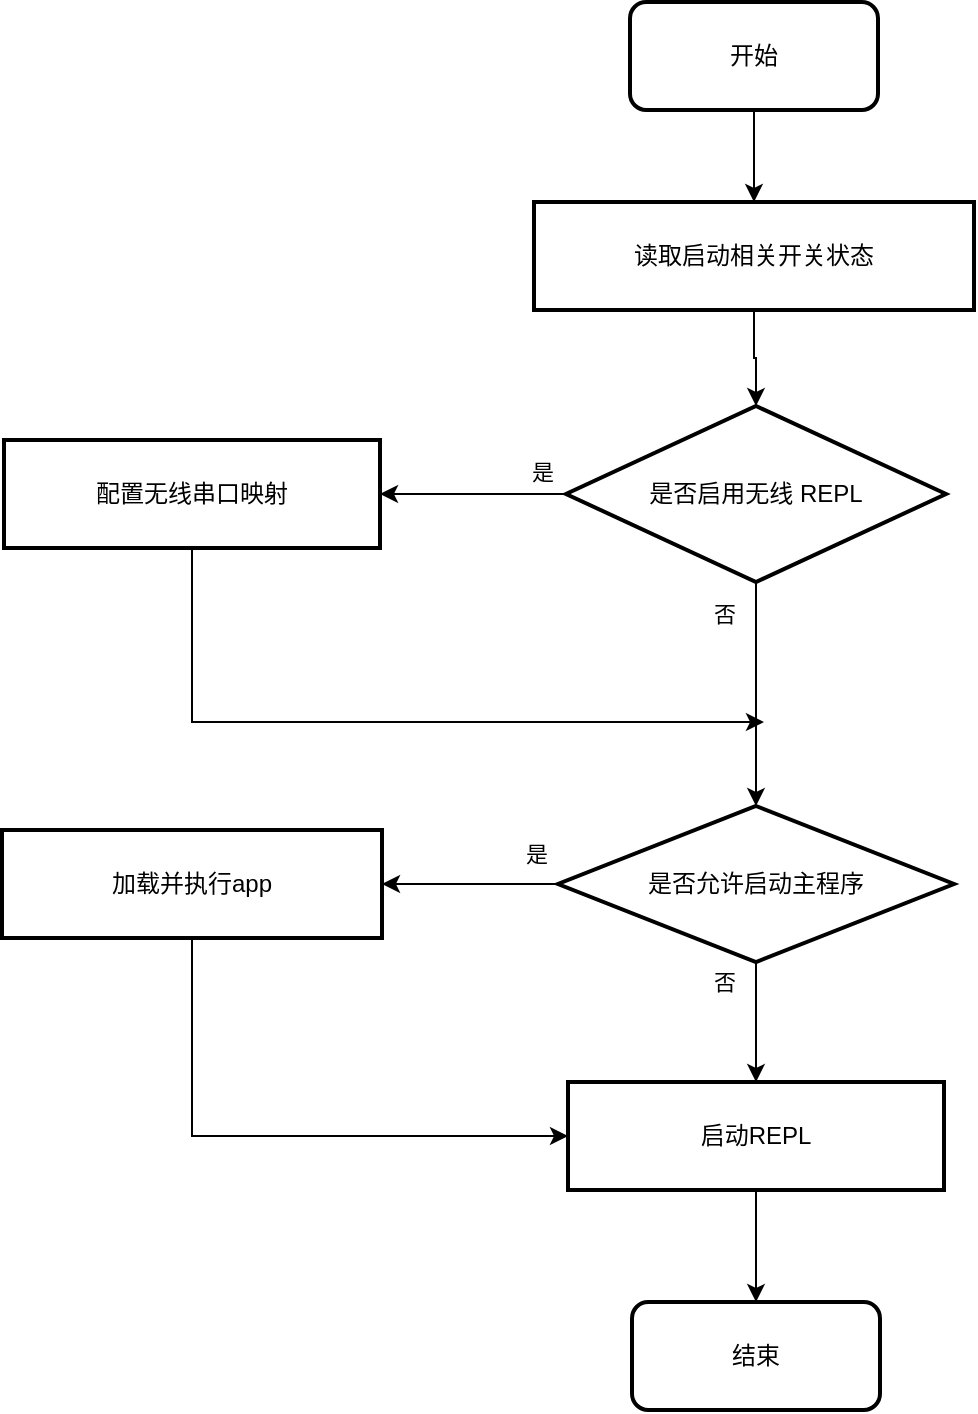
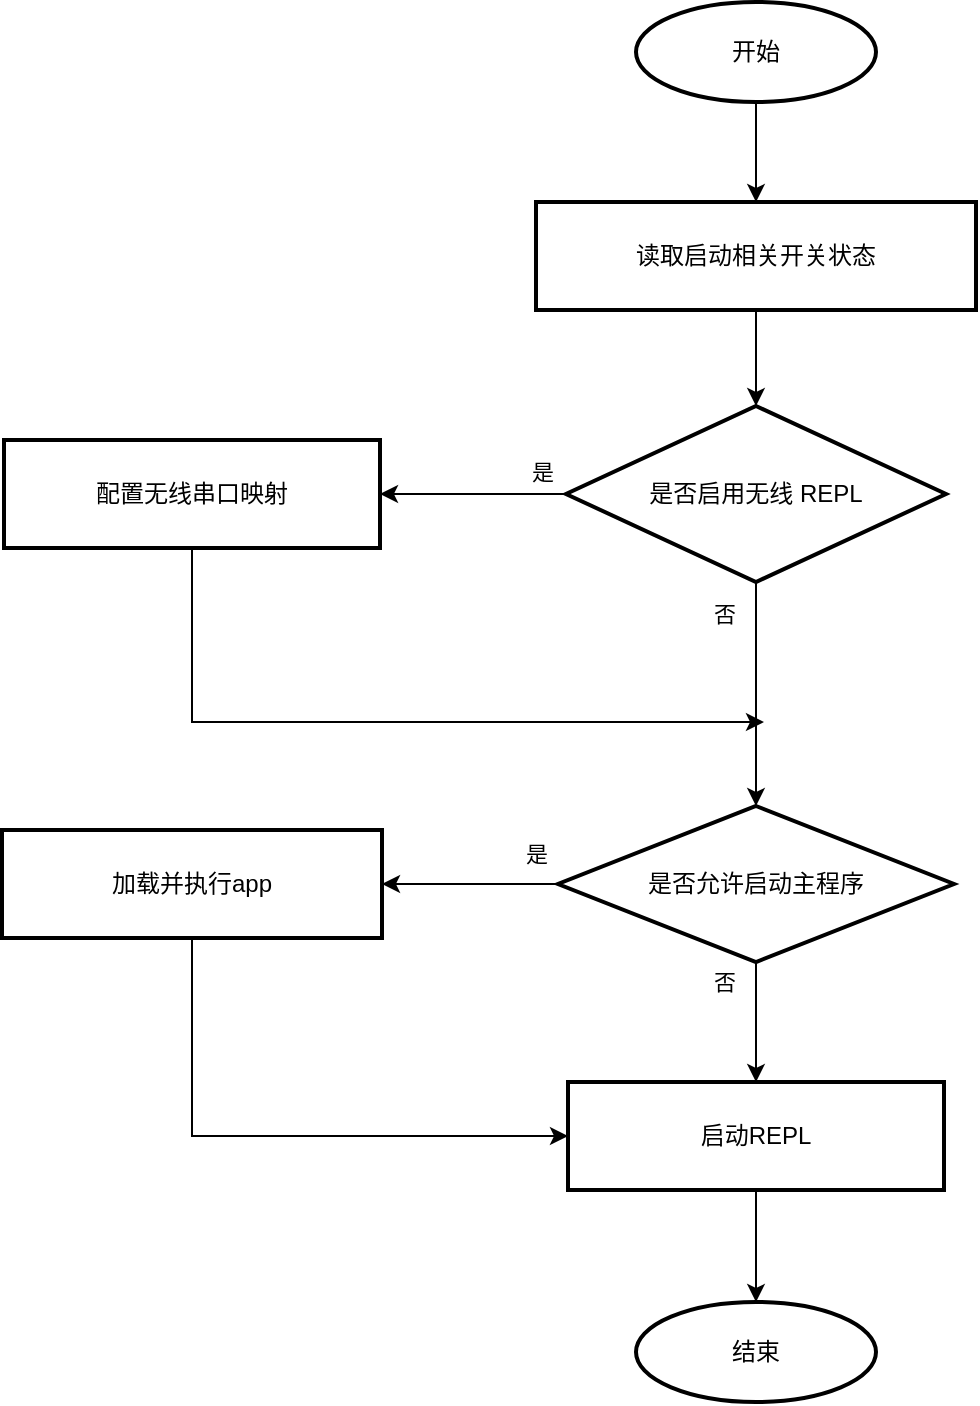
<mxfile host="app.diagrams.net">
  <diagram name="第 1 页" id="-v5uDTYBX0Cyw2D3ey9m">
-     <mxGraphModel dx="2005" dy="659" grid="1" gridSize="10" guides="1" tooltips="1" connect="1" arrows="1" fold="1" page="1" pageScale="1" pageWidth="827" pageHeight="1169" math="0" shadow="0">
+     <mxGraphModel dx="2057" dy="688" grid="1" gridSize="10" guides="1" tooltips="1" connect="1" arrows="1" fold="1" page="1" pageScale="1" pageWidth="827" pageHeight="1169" math="0" shadow="0">
      <root>
        <mxCell id="0" />
        <mxCell id="1" parent="0" />
-         <mxCell id="4PbjHM49gBCA9sw7AhCS-24" edge="1" parent="1" source="rfMhbkDVSNMiEK1VXAax-1" style="edgeStyle=orthogonalEdgeStyle;rounded=0;orthogonalLoop=1;jettySize=auto;html=1;exitX=0.5;exitY=1;exitDx=0;exitDy=0;" target="4PbjHM49gBCA9sw7AhCS-3" value="">
-           <mxGeometry relative="1" as="geometry">
-             <mxPoint x="255" y="164" as="sourcePoint" />
-           </mxGeometry>
-         </mxCell>
        <mxCell id="4PbjHM49gBCA9sw7AhCS-23" edge="1" parent="1" source="4PbjHM49gBCA9sw7AhCS-3" style="edgeStyle=orthogonalEdgeStyle;rounded=0;orthogonalLoop=1;jettySize=auto;html=1;" target="4PbjHM49gBCA9sw7AhCS-4" value="">
          <mxGeometry relative="1" as="geometry" />
        </mxCell>
        <mxCell id="4PbjHM49gBCA9sw7AhCS-3" parent="1" style="whiteSpace=wrap;strokeWidth=2;fillColor=none;" value="读取启动相关开关状态" vertex="1">
-           <mxGeometry height="54" width="220" x="145" y="230" as="geometry" />
+           <mxGeometry height="54" width="220" x="-473" y="130" as="geometry" />
        </mxCell>
        <mxCell id="4PbjHM49gBCA9sw7AhCS-27" edge="1" parent="1" source="4PbjHM49gBCA9sw7AhCS-4" style="edgeStyle=orthogonalEdgeStyle;rounded=0;orthogonalLoop=1;jettySize=auto;html=1;" target="4PbjHM49gBCA9sw7AhCS-5" value="">
          <mxGeometry relative="1" as="geometry" />
        </mxCell>
        <mxCell id="4PbjHM49gBCA9sw7AhCS-28" connectable="0" parent="4PbjHM49gBCA9sw7AhCS-27" style="edgeLabel;html=1;align=center;verticalAlign=middle;resizable=0;points=[];" value="是" vertex="1">
          <mxGeometry relative="1" x="-0.273" y="-1" as="geometry">
            <mxPoint x="22" y="-10" as="offset" />
          </mxGeometry>
        </mxCell>
        <mxCell id="rfMhbkDVSNMiEK1VXAax-4" edge="1" parent="1" source="4PbjHM49gBCA9sw7AhCS-4" style="edgeStyle=orthogonalEdgeStyle;rounded=0;orthogonalLoop=1;jettySize=auto;html=1;" target="4PbjHM49gBCA9sw7AhCS-7" value="">
          <mxGeometry relative="1" as="geometry" />
        </mxCell>
        <mxCell id="rfMhbkDVSNMiEK1VXAax-7" connectable="0" parent="rfMhbkDVSNMiEK1VXAax-4" style="edgeLabel;html=1;align=center;verticalAlign=middle;resizable=0;points=[];" value="否" vertex="1">
          <mxGeometry relative="1" x="-0.7254" y="2" as="geometry">
            <mxPoint x="-18" as="offset" />
          </mxGeometry>
        </mxCell>
        <mxCell id="4PbjHM49gBCA9sw7AhCS-4" parent="1" style="rhombus;strokeWidth=2;whiteSpace=wrap;fillColor=none;" value="是否启用无线 REPL" vertex="1">
-           <mxGeometry height="88" width="190" x="161" y="332" as="geometry" />
+           <mxGeometry height="88" width="190" x="-458" y="232" as="geometry" />
        </mxCell>
        <mxCell id="rfMhbkDVSNMiEK1VXAax-3" edge="1" parent="1" source="4PbjHM49gBCA9sw7AhCS-5" style="edgeStyle=orthogonalEdgeStyle;rounded=0;orthogonalLoop=1;jettySize=auto;html=1;">
          <mxGeometry relative="1" as="geometry">
            <Array as="points">
-               <mxPoint x="-26" y="490" />
+               <mxPoint x="-645" y="390" />
            </Array>
-             <mxPoint x="260" y="490" as="targetPoint" />
+             <mxPoint x="-359" y="390" as="targetPoint" />
          </mxGeometry>
        </mxCell>
        <mxCell id="4PbjHM49gBCA9sw7AhCS-5" parent="1" style="whiteSpace=wrap;strokeWidth=2;fillColor=none;" value="配置无线串口映射" vertex="1">
-           <mxGeometry height="54" width="188" x="-120" y="349" as="geometry" />
+           <mxGeometry height="54" width="188" x="-739" y="249" as="geometry" />
        </mxCell>
        <mxCell id="4PbjHM49gBCA9sw7AhCS-33" edge="1" parent="1" source="4PbjHM49gBCA9sw7AhCS-7" style="edgeStyle=orthogonalEdgeStyle;rounded=0;orthogonalLoop=1;jettySize=auto;html=1;" target="4PbjHM49gBCA9sw7AhCS-8" value="">
          <mxGeometry relative="1" as="geometry" />
        </mxCell>
        <mxCell id="4PbjHM49gBCA9sw7AhCS-34" connectable="0" parent="4PbjHM49gBCA9sw7AhCS-33" style="edgeLabel;html=1;align=center;verticalAlign=middle;resizable=0;points=[];" value="是" vertex="1">
          <mxGeometry relative="1" x="-0.7487" y="1" as="geometry">
            <mxPoint y="-16" as="offset" />
          </mxGeometry>
        </mxCell>
        <mxCell id="4PbjHM49gBCA9sw7AhCS-35" edge="1" parent="1" source="4PbjHM49gBCA9sw7AhCS-7" style="edgeStyle=orthogonalEdgeStyle;rounded=0;orthogonalLoop=1;jettySize=auto;html=1;" target="4PbjHM49gBCA9sw7AhCS-11" value="">
          <mxGeometry relative="1" as="geometry" />
        </mxCell>
        <mxCell id="rfMhbkDVSNMiEK1VXAax-8" connectable="0" parent="4PbjHM49gBCA9sw7AhCS-35" style="edgeLabel;html=1;align=center;verticalAlign=middle;resizable=0;points=[];" value="否" vertex="1">
          <mxGeometry relative="1" x="-0.6828" y="-1" as="geometry">
            <mxPoint x="-15" as="offset" />
          </mxGeometry>
        </mxCell>
        <mxCell id="4PbjHM49gBCA9sw7AhCS-7" parent="1" style="rhombus;strokeWidth=2;whiteSpace=wrap;fillColor=none;" value="是否允许启动主程序" vertex="1">
-           <mxGeometry height="78" width="198" x="157" y="532" as="geometry" />
+           <mxGeometry height="78" width="198" x="-462" y="432" as="geometry" />
        </mxCell>
        <mxCell id="rfMhbkDVSNMiEK1VXAax-6" edge="1" parent="1" source="4PbjHM49gBCA9sw7AhCS-8" style="edgeStyle=orthogonalEdgeStyle;rounded=0;orthogonalLoop=1;jettySize=auto;html=1;entryX=0;entryY=0.5;entryDx=0;entryDy=0;" target="4PbjHM49gBCA9sw7AhCS-11">
          <mxGeometry relative="1" as="geometry">
            <Array as="points">
-               <mxPoint x="-26" y="697" />
+               <mxPoint x="-645" y="597" />
            </Array>
          </mxGeometry>
        </mxCell>
        <mxCell id="4PbjHM49gBCA9sw7AhCS-8" parent="1" style="whiteSpace=wrap;strokeWidth=2;fillColor=none;" value="加载并执行app" vertex="1">
-           <mxGeometry height="54" width="190" x="-121" y="544" as="geometry" />
+           <mxGeometry height="54" width="190" x="-740" y="444" as="geometry" />
        </mxCell>
-         <mxCell id="rfMhbkDVSNMiEK1VXAax-5" edge="1" parent="1" source="4PbjHM49gBCA9sw7AhCS-11" style="edgeStyle=orthogonalEdgeStyle;rounded=0;orthogonalLoop=1;jettySize=auto;html=1;" target="rfMhbkDVSNMiEK1VXAax-2" value="">
+         <mxCell id="GhHm4yuWWKCVpq_k2pNx-4" edge="1" parent="1" source="4PbjHM49gBCA9sw7AhCS-11" style="edgeStyle=orthogonalEdgeStyle;rounded=0;orthogonalLoop=1;jettySize=auto;html=1;" target="GhHm4yuWWKCVpq_k2pNx-3" value="">
          <mxGeometry relative="1" as="geometry" />
        </mxCell>
        <mxCell id="4PbjHM49gBCA9sw7AhCS-11" parent="1" style="whiteSpace=wrap;strokeWidth=2;fillColor=none;" value="启动REPL" vertex="1">
-           <mxGeometry height="54" width="188" x="162" y="670" as="geometry" />
+           <mxGeometry height="54" width="188" x="-457" y="570" as="geometry" />
        </mxCell>
        <mxCell id="4PbjHM49gBCA9sw7AhCS-25" edge="1" parent="1" source="4PbjHM49gBCA9sw7AhCS-4" style="edgeStyle=orthogonalEdgeStyle;rounded=0;orthogonalLoop=1;jettySize=auto;html=1;exitX=0.5;exitY=1;exitDx=0;exitDy=0;" target="4PbjHM49gBCA9sw7AhCS-4">
          <mxGeometry relative="1" as="geometry" />
        </mxCell>
-         <mxCell id="rfMhbkDVSNMiEK1VXAax-1" parent="1" style="rounded=1;whiteSpace=wrap;html=1;fillColor=none;strokeWidth=2;" value="开始" vertex="1">
-           <mxGeometry height="54" width="124" x="193" y="130" as="geometry" />
+         <mxCell id="GhHm4yuWWKCVpq_k2pNx-2" edge="1" parent="1" source="GhHm4yuWWKCVpq_k2pNx-1" style="edgeStyle=orthogonalEdgeStyle;rounded=0;orthogonalLoop=1;jettySize=auto;html=1;" target="4PbjHM49gBCA9sw7AhCS-3" value="">
+           <mxGeometry relative="1" as="geometry" />
        </mxCell>
-         <mxCell id="rfMhbkDVSNMiEK1VXAax-2" parent="1" style="rounded=1;whiteSpace=wrap;html=1;fillColor=none;strokeWidth=2;" value="结束" vertex="1">
-           <mxGeometry height="54" width="124" x="194" y="780" as="geometry" />
+         <mxCell id="GhHm4yuWWKCVpq_k2pNx-1" parent="1" style="strokeWidth=2;html=1;shape=mxgraph.flowchart.start_1;whiteSpace=wrap;fillColor=none;" value="开始" vertex="1">
+           <mxGeometry height="50" width="120" x="-423" y="30" as="geometry" />
+         </mxCell>
+         <mxCell id="GhHm4yuWWKCVpq_k2pNx-3" parent="1" style="strokeWidth=2;html=1;shape=mxgraph.flowchart.start_1;whiteSpace=wrap;fillColor=none;" value="结束" vertex="1">
+           <mxGeometry height="50" width="120" x="-423" y="680" as="geometry" />
        </mxCell>
      </root>
    </mxGraphModel>
  </diagram>
</mxfile>
